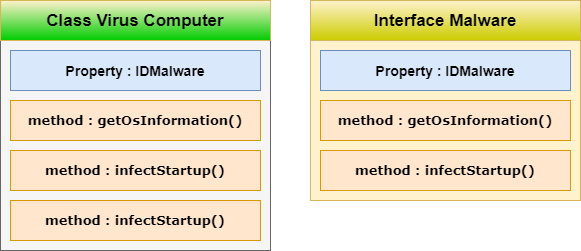
Above: Assets/Interface-Class&InterfaceType.png in gungunfebrianza/Belajar-Dengan-Jenius-DenoTheWKWKLand (draw.io), before the change. Source tidied: cells renumbered, new cells last; positions are measured from the earlier drawing's top-left corner, leaving out a move shared by most shapes. The source it was exported from:
```xml
<mxGraphModel>
  <root>
    <mxCell id="0" />
    <mxCell id="1" parent="0" />
    <mxCell id="2" style="rounded=0;whiteSpace=wrap;html=1;fillColor=#f5f5f5;strokeColor=#666666;fontColor=#333333;" parent="1" vertex="1">
      <mxGeometry width="270" height="250" as="geometry" />
    </mxCell>
    <mxCell id="3" value="&lt;span style=&quot;font-size: 17px&quot;&gt;&lt;b&gt;Class Virus Computer&lt;/b&gt;&lt;/span&gt;" style="rounded=0;whiteSpace=wrap;html=1;fillColor=#fff2cc;strokeColor=#d6b656;gradientColor=#00CC00;" parent="1" vertex="1">
      <mxGeometry width="270" height="40" as="geometry" />
    </mxCell>
    <mxCell id="4" value="&lt;b&gt;&lt;font style=&quot;font-size: 14px&quot;&gt;Property : IDMalware&lt;/font&gt;&lt;/b&gt;" style="rounded=0;whiteSpace=wrap;html=1;fillColor=#dae8fc;strokeColor=#6c8ebf;" parent="1" vertex="1">
      <mxGeometry x="10" y="50" width="250" height="40" as="geometry" />
    </mxCell>
    <mxCell id="5" value="&lt;b&gt;&lt;font face=&quot;Verdana&quot; style=&quot;font-size: 13px&quot;&gt;method : getOsInformation()&lt;/font&gt;&lt;/b&gt;" style="rounded=0;whiteSpace=wrap;html=1;fillColor=#ffe6cc;strokeColor=#d79b00;" parent="1" vertex="1">
      <mxGeometry x="10" y="100" width="250" height="40" as="geometry" />
    </mxCell>
    <mxCell id="6" value="&lt;b&gt;&lt;font face=&quot;Verdana&quot; style=&quot;font-size: 13px&quot;&gt;method : infectStartup()&lt;/font&gt;&lt;/b&gt;" style="rounded=0;whiteSpace=wrap;html=1;fillColor=#ffe6cc;strokeColor=#d79b00;" parent="1" vertex="1">
      <mxGeometry x="10" y="150" width="250" height="40" as="geometry" />
    </mxCell>
    <mxCell id="7" style="rounded=0;whiteSpace=wrap;html=1;fillColor=#fff2cc;strokeColor=#d6b656;" parent="1" vertex="1">
      <mxGeometry x="310" width="270" height="200" as="geometry" />
    </mxCell>
    <mxCell id="8" value="&lt;b&gt;&lt;font style=&quot;font-size: 17px&quot;&gt;Interface Malware&lt;/font&gt;&lt;/b&gt;" style="rounded=0;whiteSpace=wrap;html=1;fillColor=#fff2cc;strokeColor=#d6b656;gradientColor=#CCCC00;" parent="1" vertex="1">
      <mxGeometry x="310" width="270" height="40" as="geometry" />
    </mxCell>
    <mxCell id="9" value="&lt;b&gt;&lt;font style=&quot;font-size: 14px&quot;&gt;Property : IDMalware&lt;/font&gt;&lt;/b&gt;" style="rounded=0;whiteSpace=wrap;html=1;fillColor=#dae8fc;strokeColor=#6c8ebf;" parent="1" vertex="1">
      <mxGeometry x="320" y="50" width="250" height="40" as="geometry" />
    </mxCell>
    <mxCell id="10" value="&lt;b&gt;&lt;font face=&quot;Verdana&quot; style=&quot;font-size: 13px&quot;&gt;method : getOsInformation()&lt;/font&gt;&lt;/b&gt;" style="rounded=0;whiteSpace=wrap;html=1;fillColor=#ffe6cc;strokeColor=#d79b00;" parent="1" vertex="1">
      <mxGeometry x="320" y="100" width="250" height="40" as="geometry" />
    </mxCell>
    <mxCell id="11" value="&lt;b&gt;&lt;font face=&quot;Verdana&quot; style=&quot;font-size: 13px&quot;&gt;method : infectStartup()&lt;/font&gt;&lt;/b&gt;" style="rounded=0;whiteSpace=wrap;html=1;fillColor=#ffe6cc;strokeColor=#d79b00;" parent="1" vertex="1">
      <mxGeometry x="320" y="150" width="250" height="40" as="geometry" />
    </mxCell>
    <mxCell id="12" value="&lt;b&gt;&lt;font face=&quot;Verdana&quot; style=&quot;font-size: 13px&quot;&gt;method : infectStartup()&lt;/font&gt;&lt;/b&gt;" style="rounded=0;whiteSpace=wrap;html=1;fillColor=#ffe6cc;strokeColor=#d79b00;" parent="1" vertex="1">
      <mxGeometry x="10" y="200" width="250" height="40" as="geometry" />
    </mxCell>
  </root>
</mxGraphModel>
```
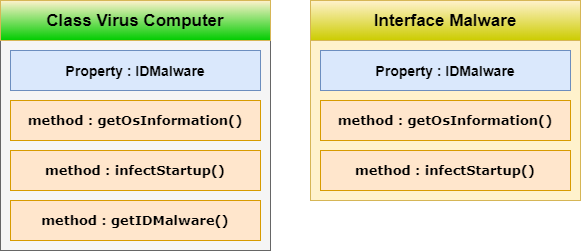
Above is the later version.

Commit message:
Add Asset ClassInterfaceTypeFix

What changed in the source:
```diff
@@ -32,7 +32,7 @@
     <mxCell id="11" value="&lt;b&gt;&lt;font face=&quot;Verdana&quot; style=&quot;font-size: 13px&quot;&gt;method : infectStartup()&lt;/font&gt;&lt;/b&gt;" style="rounded=0;whiteSpace=wrap;html=1;fillColor=#ffe6cc;strokeColor=#d79b00;" parent="1" vertex="1">
       <mxGeometry x="320" y="150" width="250" height="40" as="geometry" />
     </mxCell>
-    <mxCell id="12" value="&lt;b&gt;&lt;font face=&quot;Verdana&quot; style=&quot;font-size: 13px&quot;&gt;method : infectStartup()&lt;/font&gt;&lt;/b&gt;" style="rounded=0;whiteSpace=wrap;html=1;fillColor=#ffe6cc;strokeColor=#d79b00;" parent="1" vertex="1">
+    <mxCell id="12" value="&lt;b&gt;&lt;font face=&quot;Verdana&quot; style=&quot;font-size: 13px&quot;&gt;method : getIDMalware()&lt;/font&gt;&lt;/b&gt;" style="rounded=0;whiteSpace=wrap;html=1;fillColor=#ffe6cc;strokeColor=#d79b00;" parent="1" vertex="1">
       <mxGeometry x="10" y="200" width="250" height="40" as="geometry" />
     </mxCell>
   </root>
```
